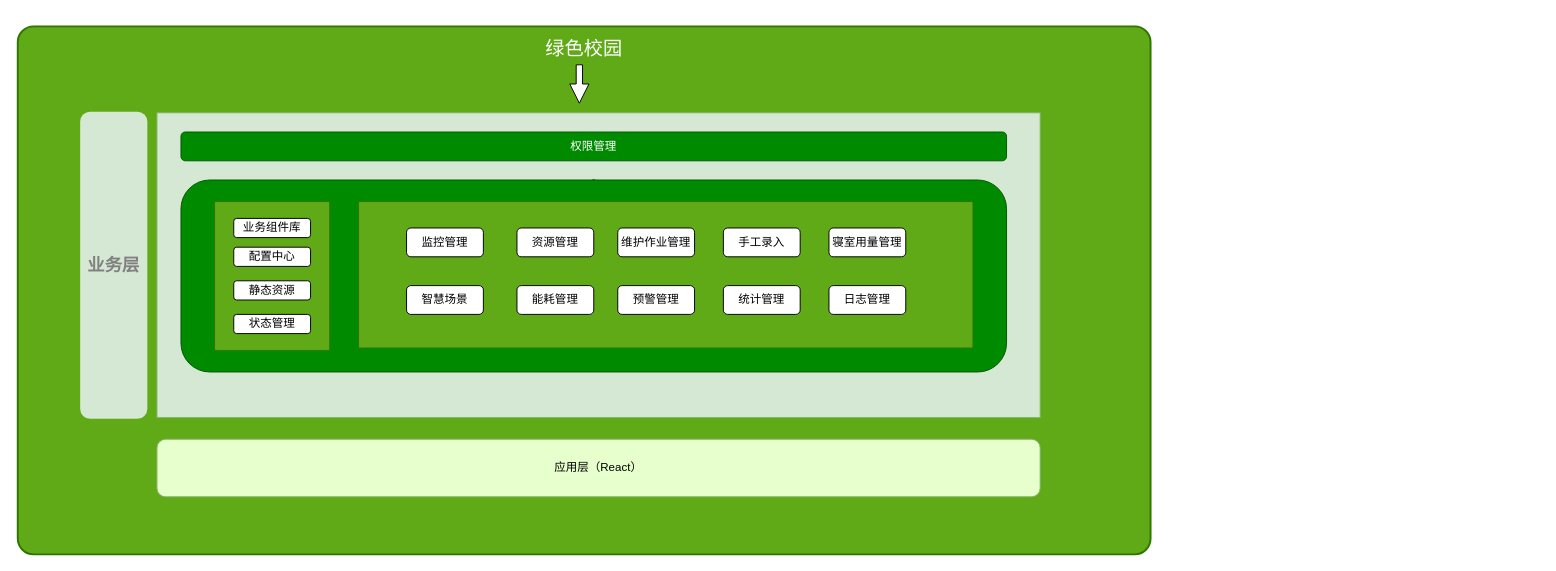
Before: 未命名绘图.drawio in LuckyEricYz/blog, a draw.io diagram. Source tidied: cells renumbered, new cells numbered last; positions are measured from the earlier drawing's top-left corner, leaving out a move shared by most shapes. Both pictures are drawn from the tidied source at 96%, with x=0, y=0 at pixel (17, 26).
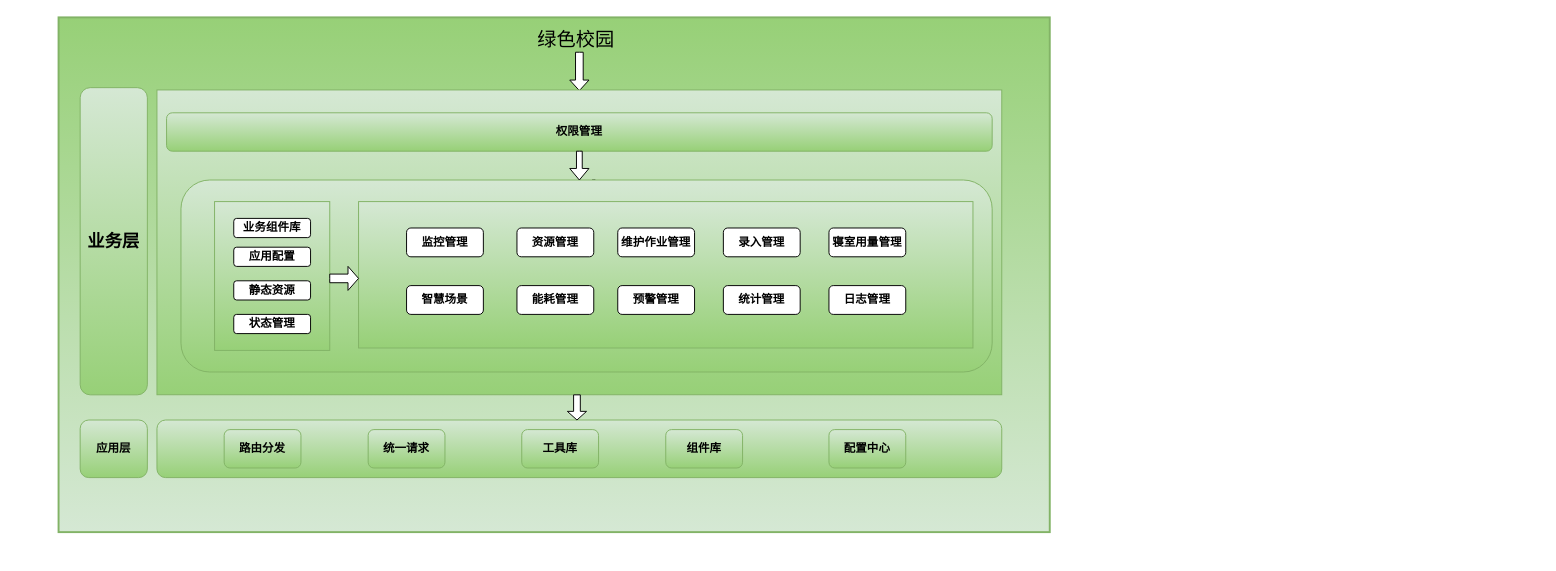
The same diagram, later.

What changed in the source:
```diff
@@
-    <mxCell id="2" value="绿色校园" style="whiteSpace=wrap;html=1;rounded=1;shadow=0;strokeColor=#2D7600;strokeWidth=2;fillColor=#60a917;fontSize=20;fontColor=#ffffff;align=center;arcSize=3;verticalAlign=top;spacingTop=4;direction=west;" parent="1" vertex="1">
-      <mxGeometry width="1180" height="550" as="geometry" />
+    <mxCell id="2" value="&amp;nbsp; &amp;nbsp; &amp;nbsp; &amp;nbsp; 绿色校园" style="whiteSpace=wrap;html=1;rounded=1;shadow=0;strokeColor=#82b366;strokeWidth=2;fillColor=#d5e8d4;fontSize=20;align=center;arcSize=0;verticalAlign=top;spacingTop=4;direction=west;gradientColor=#97d077;fillStyle=auto;" parent="1" vertex="1">
+      <mxGeometry x="42.5" y="-9.4" width="1032.5" height="536.2" as="geometry" />
     </mxCell>
@@
-    <mxCell id="5" value="应用层（React）" style="rounded=1;whiteSpace=wrap;html=1;fillColor=#E6FFCC;strokeColor=#82b366;" parent="1" vertex="1">
-      <mxGeometry x="145" y="430" width="920" height="60" as="geometry" />
+    <mxCell id="5" style="rounded=1;whiteSpace=wrap;html=1;fillColor=#d5e8d4;strokeColor=#82b366;gradientColor=#97d077;" parent="1" vertex="1">
+      <mxGeometry x="145" y="410" width="880" height="60" as="geometry" />
     </mxCell>
-    <mxCell id="6" style="html=1;shadow=0;dashed=0;align=center;verticalAlign=middle;shape=mxgraph.arrows2.arrow;dy=0.67;dx=20;notch=0;direction=south;" parent="1" vertex="1">
-      <mxGeometry x="575" y="40" width="20" height="40" as="geometry" />
+    <mxCell id="6" style="html=1;shadow=0;dashed=0;align=center;verticalAlign=middle;shape=mxgraph.arrows2.arrow;dy=0.6;dx=11;notch=0;direction=south;" parent="1" vertex="1">
+      <mxGeometry x="575" y="26.9" width="20" height="40" as="geometry" />
     </mxCell>
-    <mxCell id="7" style="whiteSpace=wrap;html=1;fillColor=#d5e8d4;strokeColor=#82b366;" parent="1" vertex="1">
-      <mxGeometry x="145" y="90" width="920" height="317.5" as="geometry" />
+    <mxCell id="7" style="whiteSpace=wrap;html=1;fillColor=#d5e8d4;strokeColor=#82b366;gradientColor=#97d077;" parent="1" vertex="1">
+      <mxGeometry x="145" y="66.2" width="880" height="317.5" as="geometry" />
     </mxCell>
-    <mxCell id="8" value="权限管理" style="rounded=1;whiteSpace=wrap;html=1;fillColor=#008a00;strokeColor=#005700;fontColor=#FFFFFF;" parent="1" vertex="1">
-      <mxGeometry x="170" y="110" width="860" height="30" as="geometry" />
+    <mxCell id="8" value="权限管理" style="rounded=1;whiteSpace=wrap;html=1;fillColor=#d5e8d4;strokeColor=#82b366;gradientColor=#97d077;fontStyle=1;" parent="1" vertex="1">
+      <mxGeometry x="155" y="90" width="860" height="40" as="geometry" />
     </mxCell>
@@
-    <mxCell id="10" style="rounded=1;whiteSpace=wrap;html=1;flipH=1;fillColor=#008a00;fontColor=#ffffff;strokeColor=#005700;" parent="1" vertex="1">
-      <mxGeometry x="170" y="160" width="860" height="200" as="geometry" />
+    <mxCell id="10" style="rounded=1;whiteSpace=wrap;html=1;flipH=1;fillColor=#d5e8d4;strokeColor=#82b366;gradientColor=#97d077;" parent="1" vertex="1">
+      <mxGeometry x="170" y="160" width="845" height="200" as="geometry" />
     </mxCell>
-    <mxCell id="11" style="rounded=0;whiteSpace=wrap;html=1;glass=0;fillColor=#60a917;fontColor=#ffffff;strokeColor=#2D7600;" parent="1" vertex="1">
+    <mxCell id="11" style="rounded=0;whiteSpace=wrap;html=1;glass=0;fillColor=#d5e8d4;strokeColor=#82b366;gradientColor=#97d077;" parent="1" vertex="1">
       <mxGeometry x="205" y="182.5" width="120" height="155" as="geometry" />
     </mxCell>
-    <mxCell id="12" value="配置中心" style="rounded=1;whiteSpace=wrap;html=1;" parent="1" vertex="1">
+    <mxCell id="12" value="应用配置" style="rounded=1;whiteSpace=wrap;html=1;fontStyle=1;" parent="1" vertex="1">
       <mxGeometry x="225" y="230" width="80" height="20" as="geometry" />
     </mxCell>
-    <mxCell id="13" value="静态资源" style="rounded=1;whiteSpace=wrap;html=1;" parent="1" vertex="1">
+    <mxCell id="13" value="静态资源" style="rounded=1;whiteSpace=wrap;html=1;fontStyle=1;" parent="1" vertex="1">
       <mxGeometry x="225" y="265" width="80" height="20" as="geometry" />
     </mxCell>
-    <mxCell id="14" style="rounded=0;whiteSpace=wrap;html=1;fillColor=#60a917;fontColor=#ffffff;strokeColor=#2D7600;" parent="1" vertex="1">
+    <mxCell id="14" style="rounded=0;whiteSpace=wrap;html=1;fillColor=#d5e8d4;strokeColor=#82b366;gradientColor=#97d077;" parent="1" vertex="1">
       <mxGeometry x="355" y="182.5" width="640" height="152.5" as="geometry" />
     </mxCell>
-    <mxCell id="15" value="状态管理" style="rounded=1;whiteSpace=wrap;html=1;" parent="1" vertex="1">
+    <mxCell id="15" value="状态管理" style="rounded=1;whiteSpace=wrap;html=1;fontStyle=1;" parent="1" vertex="1">
       <mxGeometry x="225" y="300" width="80" height="20" as="geometry" />
     </mxCell>
-    <mxCell id="16" value="业务组件库" style="rounded=1;whiteSpace=wrap;html=1;" parent="1" vertex="1">
+    <mxCell id="16" value="业务组件库" style="rounded=1;whiteSpace=wrap;html=1;fontStyle=1;" parent="1" vertex="1">
       <mxGeometry x="225" y="200" width="80" height="20" as="geometry" />
     </mxCell>
-    <mxCell id="17" value="监控管理" style="rounded=1;whiteSpace=wrap;html=1;" parent="1" vertex="1">
+    <mxCell id="17" value="监控管理" style="rounded=1;whiteSpace=wrap;html=1;fontStyle=1;" parent="1" vertex="1">
       <mxGeometry x="405" y="210" width="80" height="30" as="geometry" />
     </mxCell>
-    <mxCell id="18" value="智慧场景" style="rounded=1;whiteSpace=wrap;html=1;" parent="1" vertex="1">
+    <mxCell id="18" value="智慧场景" style="rounded=1;whiteSpace=wrap;html=1;fontStyle=1;" parent="1" vertex="1">
       <mxGeometry x="405" y="270" width="80" height="30" as="geometry" />
     </mxCell>
-    <mxCell id="19" value="资源管理" style="rounded=1;whiteSpace=wrap;html=1;" parent="1" vertex="1">
+    <mxCell id="19" value="资源管理" style="rounded=1;whiteSpace=wrap;html=1;fontStyle=1;" parent="1" vertex="1">
       <mxGeometry x="520" y="210" width="80" height="30" as="geometry" />
     </mxCell>
-    <mxCell id="20" value="能耗管理" style="rounded=1;whiteSpace=wrap;html=1;" parent="1" vertex="1">
+    <mxCell id="20" value="能耗管理" style="rounded=1;whiteSpace=wrap;html=1;fontStyle=1;" parent="1" vertex="1">
       <mxGeometry x="520" y="270" width="80" height="30" as="geometry" />
     </mxCell>
-    <mxCell id="21" value="维护作业管理" style="rounded=1;whiteSpace=wrap;html=1;" parent="1" vertex="1">
+    <mxCell id="21" value="维护作业管理" style="rounded=1;whiteSpace=wrap;html=1;fontStyle=1;" parent="1" vertex="1">
       <mxGeometry x="625" y="210" width="80" height="30" as="geometry" />
     </mxCell>
-    <mxCell id="22" value="预警管理" style="rounded=1;whiteSpace=wrap;html=1;" parent="1" vertex="1">
+    <mxCell id="22" value="预警管理" style="rounded=1;whiteSpace=wrap;html=1;fontStyle=1;" parent="1" vertex="1">
       <mxGeometry x="625" y="270" width="80" height="30" as="geometry" />
     </mxCell>
-    <mxCell id="23" value="手工录入" style="rounded=1;whiteSpace=wrap;html=1;" parent="1" vertex="1">
+    <mxCell id="23" value="录入管理" style="rounded=1;whiteSpace=wrap;html=1;fontStyle=1;" parent="1" vertex="1">
       <mxGeometry x="735" y="210" width="80" height="30" as="geometry" />
     </mxCell>
-    <mxCell id="24" value="统计管理" style="rounded=1;whiteSpace=wrap;html=1;" parent="1" vertex="1">
+    <mxCell id="24" value="统计管理" style="rounded=1;whiteSpace=wrap;html=1;fontStyle=1;" parent="1" vertex="1">
       <mxGeometry x="735" y="270" width="80" height="30" as="geometry" />
     </mxCell>
-    <mxCell id="25" value="寝室用量管理" style="rounded=1;whiteSpace=wrap;html=1;" parent="1" vertex="1">
+    <mxCell id="25" value="寝室用量管理" style="rounded=1;whiteSpace=wrap;html=1;fontStyle=1;" parent="1" vertex="1">
       <mxGeometry x="845" y="210" width="80" height="30" as="geometry" />
     </mxCell>
-    <mxCell id="26" value="日志管理" style="rounded=1;whiteSpace=wrap;html=1;" parent="1" vertex="1">
+    <mxCell id="26" value="日志管理" style="rounded=1;whiteSpace=wrap;html=1;fontStyle=1;" parent="1" vertex="1">
       <mxGeometry x="845" y="270" width="80" height="30" as="geometry" />
     </mxCell>
-    <mxCell id="27" value="&lt;h2&gt;&lt;font style=&quot;font-size: 18px;&quot;&gt;业务层&lt;/font&gt;&lt;/h2&gt;" style="rounded=1;whiteSpace=wrap;html=1;fillColor=#d5e8d4;strokeColor=none;fontColor=#808080;" parent="1" vertex="1">
-      <mxGeometry x="65" y="88.8" width="70" height="320" as="geometry" />
+    <mxCell id="27" value="&lt;h2&gt;&lt;font style=&quot;font-size: 18px;&quot;&gt;业务层&lt;/font&gt;&lt;/h2&gt;" style="rounded=1;whiteSpace=wrap;html=1;fillColor=#d5e8d4;strokeColor=#82b366;labelBorderColor=none;gradientColor=#97d077;" parent="1" vertex="1">
+      <mxGeometry x="65" y="63.8" width="70" height="320" as="geometry" />
     </mxCell>
+    <mxCell id="28" value="应用层" style="rounded=1;whiteSpace=wrap;html=1;fillColor=#d5e8d4;gradientColor=#97d077;strokeColor=#82b366;fontStyle=1;" parent="1" vertex="1">
+      <mxGeometry x="65" y="410" width="70" height="60" as="geometry" />
+    </mxCell>
+    <mxCell id="29" value="路由分发" style="rounded=1;whiteSpace=wrap;html=1;fillColor=#d5e8d4;gradientColor=#97d077;strokeColor=#82b366;fontStyle=1;" parent="1" vertex="1">
+      <mxGeometry x="215" y="420" width="80" height="40" as="geometry" />
+    </mxCell>
+    <mxCell id="30" value="统一请求" style="rounded=1;whiteSpace=wrap;html=1;fillColor=#d5e8d4;gradientColor=#97d077;strokeColor=#82b366;fontStyle=1;" parent="1" vertex="1">
+      <mxGeometry x="365" y="420" width="80" height="40" as="geometry" />
+    </mxCell>
+    <mxCell id="31" value="工具库" style="rounded=1;whiteSpace=wrap;html=1;fillColor=#d5e8d4;gradientColor=#97d077;strokeColor=#82b366;fontStyle=1;" parent="1" vertex="1">
+      <mxGeometry x="525" y="420" width="80" height="40" as="geometry" />
+    </mxCell>
+    <mxCell id="32" value="组件库" style="rounded=1;whiteSpace=wrap;html=1;fillColor=#d5e8d4;gradientColor=#97d077;strokeColor=#82b366;fontStyle=1;" parent="1" vertex="1">
+      <mxGeometry x="675" y="420" width="80" height="40" as="geometry" />
+    </mxCell>
+    <mxCell id="33" value="配置中心" style="rounded=1;whiteSpace=wrap;html=1;fillColor=#d5e8d4;gradientColor=#97d077;strokeColor=#82b366;fontStyle=1;" parent="1" vertex="1">
+      <mxGeometry x="845" y="420" width="80" height="40" as="geometry" />
+    </mxCell>
+    <mxCell id="34" style="html=1;shadow=0;dashed=0;align=center;verticalAlign=middle;shape=mxgraph.arrows2.arrow;dy=0.64;dx=11;notch=0;" parent="1" vertex="1">
+      <mxGeometry x="325" y="250" width="30" height="25" as="geometry" />
+    </mxCell>
+    <mxCell id="35" style="html=1;shadow=0;dashed=0;align=center;verticalAlign=middle;shape=mxgraph.arrows2.arrow;dy=0.7;dx=12;direction=south;notch=0;" parent="1" vertex="1">
+      <mxGeometry x="575" y="130" width="20" height="30" as="geometry" />
+    </mxCell>
+    <mxCell id="36" style="html=1;shadow=0;dashed=0;align=center;verticalAlign=middle;shape=mxgraph.arrows2.arrow;dy=0.65;dx=9;direction=south;notch=0;" parent="1" vertex="1">
+      <mxGeometry x="572.5" y="383.8" width="20" height="26.2" as="geometry" />
+    </mxCell>
```
